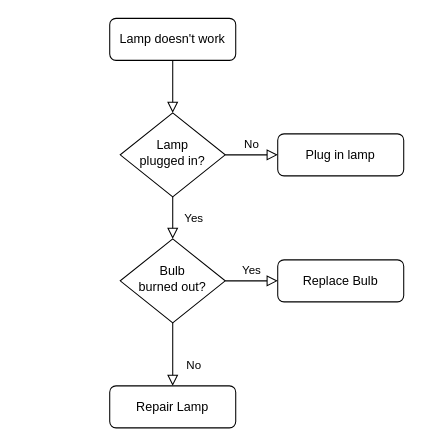
Before: 未命名绘图.drawio in 1226151667/draw, a draw.io diagram. Source tidied: cells renumbered, new cells numbered last; positions are measured from the earlier drawing's top-left corner, leaving out a move shared by most shapes. Both pictures are drawn from the tidied source at 105%, with x=0, y=0 at pixel (109, 18).
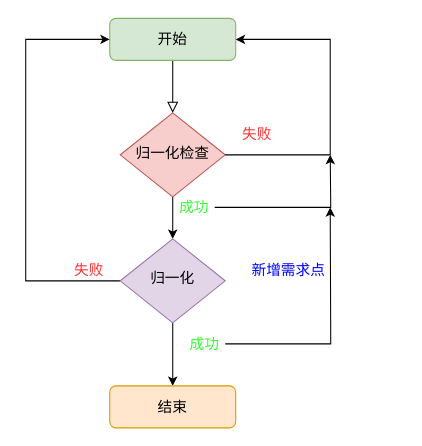
The same page after the edit.

The edit, as a diff of the source:
```diff
@@
-    <mxCell id="3" value="Lamp doesn't work" style="rounded=1;whiteSpace=wrap;html=1;fontSize=12;glass=0;strokeWidth=1;shadow=0;" parent="1" vertex="1">
+    <mxCell id="3" value="&lt;font style=&quot;font-size: 14px&quot;&gt;开始&lt;/font&gt;" style="rounded=1;whiteSpace=wrap;html=1;fontSize=12;glass=0;strokeWidth=1;shadow=0;fillColor=#d5e8d4;strokeColor=#82b366;" parent="1" vertex="1">
       <mxGeometry width="120" height="40" as="geometry" />
     </mxCell>
-    <mxCell id="4" value="Yes" style="rounded=0;html=1;jettySize=auto;fontSize=11;endArrow=block;endFill=0;endSize=8;strokeWidth=1;shadow=0;labelBackgroundColor=none;edgeStyle=orthogonalEdgeStyle;" parent="1" edge="1" source="6" target="10">
-      <mxGeometry y="20" relative="1" as="geometry" />
+    <mxCell id="4" style="edgeStyle=orthogonalEdgeStyle;rounded=0;jettySize=auto;html=1;" parent="1" edge="1" source="6" target="10">
+      <mxGeometry relative="1" as="geometry" />
     </mxCell>
-    <mxCell id="5" value="No" style="edgeStyle=orthogonalEdgeStyle;rounded=0;html=1;jettySize=auto;fontSize=11;endArrow=block;endFill=0;endSize=8;strokeWidth=1;shadow=0;labelBackgroundColor=none;" parent="1" edge="1" source="6" target="7">
-      <mxGeometry y="10" relative="1" as="geometry" />
-    </mxCell>
-    <mxCell id="6" value="Lamp&lt;br&gt;plugged in?" style="rhombus;whiteSpace=wrap;html=1;shadow=0;fontFamily=Helvetica;fontSize=12;align=center;strokeWidth=1;spacing=6;spacingTop=-4;" parent="1" vertex="1">
+    <mxCell id="6" value="&lt;font style=&quot;font-size: 14px&quot;&gt;归一化检查&lt;/font&gt;" style="rhombus;whiteSpace=wrap;html=1;shadow=0;fontFamily=Helvetica;fontSize=12;align=center;strokeWidth=1;spacing=6;spacingTop=-4;fillColor=#f8cecc;strokeColor=#b85450;" parent="1" vertex="1">
       <mxGeometry x="10" y="90" width="100" height="80" as="geometry" />
     </mxCell>
-    <mxCell id="7" value="Plug in lamp" style="rounded=1;whiteSpace=wrap;html=1;fontSize=12;glass=0;strokeWidth=1;shadow=0;" parent="1" vertex="1">
-      <mxGeometry x="160" y="110" width="120" height="40" as="geometry" />
-    </mxCell>
+    <mxCell id="13" style="edgeStyle=orthogonalEdgeStyle;rounded=0;jettySize=auto;html=1;entryX=1;entryY=0.5;entryDx=0;entryDy=0;exitX=1;exitY=0.5;exitDx=0;exitDy=0;" parent="1" edge="1" source="6" target="3">
+      <mxGeometry relative="1" as="geometry">
+        <Array as="points">
+          <mxPoint x="210" y="130" />
+          <mxPoint x="210" y="20" />
+        </Array>
+      </mxGeometry>
+    </mxCell>
+    <mxCell id="14" style="edgeStyle=orthogonalEdgeStyle;rounded=0;jettySize=auto;html=1;entryX=0;entryY=0.5;entryDx=0;entryDy=0;" parent="1" edge="1" source="10" target="3">
+      <mxGeometry relative="1" as="geometry">
+        <Array as="points">
+          <mxPoint x="-80" y="250" />
+          <mxPoint x="-80" y="20" />
+        </Array>
+      </mxGeometry>
+    </mxCell>
-    <mxCell id="8" value="No" style="rounded=0;html=1;jettySize=auto;fontSize=11;endArrow=block;endFill=0;endSize=8;strokeWidth=1;shadow=0;labelBackgroundColor=none;edgeStyle=orthogonalEdgeStyle;" parent="1" edge="1" source="10" target="11">
-      <mxGeometry x="0.33" y="20" relative="1" as="geometry" />
+    <mxCell id="8" style="edgeStyle=orthogonalEdgeStyle;rounded=0;jettySize=auto;html=1;" parent="1" edge="1" source="10" target="11">
+      <mxGeometry relative="1" as="geometry" />
     </mxCell>
-    <mxCell id="9" value="Yes" style="edgeStyle=orthogonalEdgeStyle;rounded=0;html=1;jettySize=auto;fontSize=11;endArrow=block;endFill=0;endSize=8;strokeWidth=1;shadow=0;labelBackgroundColor=none;" parent="1" edge="1" source="10" target="12">
-      <mxGeometry y="10" relative="1" as="geometry" />
-    </mxCell>
-    <mxCell id="10" value="Bulb&lt;br&gt;burned out?" style="rhombus;whiteSpace=wrap;html=1;shadow=0;fontFamily=Helvetica;fontSize=12;align=center;strokeWidth=1;spacing=6;spacingTop=-4;" parent="1" vertex="1">
+    <mxCell id="10" value="&lt;font style=&quot;font-size: 14px&quot;&gt;归一化&lt;/font&gt;" style="rhombus;whiteSpace=wrap;html=1;shadow=0;fontFamily=Helvetica;fontSize=12;align=center;strokeWidth=1;spacing=6;spacingTop=-4;fillColor=#e1d5e7;strokeColor=#9673a6;" parent="1" vertex="1">
       <mxGeometry x="10" y="210" width="100" height="80" as="geometry" />
     </mxCell>
-    <mxCell id="11" value="Repair Lamp" style="rounded=1;whiteSpace=wrap;html=1;fontSize=12;glass=0;strokeWidth=1;shadow=0;" parent="1" vertex="1">
+    <mxCell id="11" value="&lt;font style=&quot;font-size: 14px&quot;&gt;结束&lt;/font&gt;" style="rounded=1;whiteSpace=wrap;html=1;fontSize=12;glass=0;strokeWidth=1;shadow=0;fillColor=#ffe6cc;strokeColor=#d79b00;" parent="1" vertex="1">
       <mxGeometry y="350" width="120" height="40" as="geometry" />
     </mxCell>
-    <mxCell id="12" value="Replace Bulb" style="rounded=1;whiteSpace=wrap;html=1;fontSize=12;glass=0;strokeWidth=1;shadow=0;" parent="1" vertex="1">
-      <mxGeometry x="160" y="230" width="120" height="40" as="geometry" />
-    </mxCell>
+    <mxCell id="15" value="&lt;font color=&quot;#ff3333&quot; style=&quot;font-size: 14px&quot;&gt;失败&lt;/font&gt;" style="text;html=1;align=center;verticalAlign=middle;" parent="1" vertex="1">
+      <mxGeometry x="-40" y="230" width="40" height="20" as="geometry" />
+    </mxCell>
+    <mxCell id="16" style="edgeStyle=orthogonalEdgeStyle;rounded=0;jettySize=auto;html=1;" parent="1" edge="1" source="17">
+      <mxGeometry relative="1" as="geometry">
+        <mxPoint x="210" y="180" as="targetPoint" />
+      </mxGeometry>
+    </mxCell>
+    <mxCell id="17" value="&lt;font color=&quot;#33ff33&quot; style=&quot;font-size: 14px&quot;&gt;成功&lt;/font&gt;" style="text;html=1;align=center;verticalAlign=middle;points=[];" parent="1" vertex="1">
+      <mxGeometry x="70" y="300" width="40" height="20" as="geometry" />
+    </mxCell>
+    <mxCell id="18" style="edgeStyle=orthogonalEdgeStyle;rounded=0;jettySize=auto;html=1;" parent="1" edge="1" source="19">
+      <mxGeometry relative="1" as="geometry">
+        <mxPoint x="210" y="130" as="targetPoint" />
+      </mxGeometry>
+    </mxCell>
+    <mxCell id="19" value="&lt;font color=&quot;#33ff33&quot; style=&quot;font-size: 14px&quot;&gt;成功&lt;/font&gt;" style="text;html=1;align=center;verticalAlign=middle;points=[];" parent="1" vertex="1">
+      <mxGeometry x="60" y="170" width="40" height="20" as="geometry" />
+    </mxCell>
+    <mxCell id="20" value="&lt;font color=&quot;#ff3333&quot; style=&quot;font-size: 14px&quot;&gt;失败&lt;/font&gt;" style="text;html=1;align=center;verticalAlign=middle;" parent="1" vertex="1">
+      <mxGeometry x="120" y="100" width="40" height="20" as="geometry" />
+    </mxCell>
+    <mxCell id="21" value="&lt;font style=&quot;font-size: 14px&quot; color=&quot;#0000ff&quot;&gt;新增需求点&lt;/font&gt;" style="text;html=1;align=center;verticalAlign=middle;" parent="1" vertex="1">
+      <mxGeometry x="125" y="230" width="90" height="20" as="geometry" />
+    </mxCell>
```
